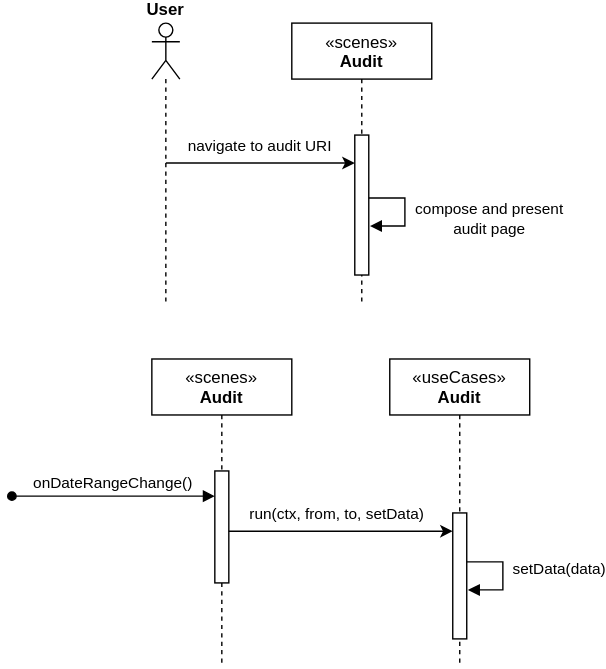
HaniAlshikh/bachelor-thesis keeps this draw.io diagram as src/template_thesis/diagrams/audit_browser/audit_browser_uc03_sequence_diagram.drawio.svg. Above is the earlier version. Source tidied: cells renumbered, new cells last; positions are measured from the earlier drawing's top-left corner, leaving out a move shared by most shapes.
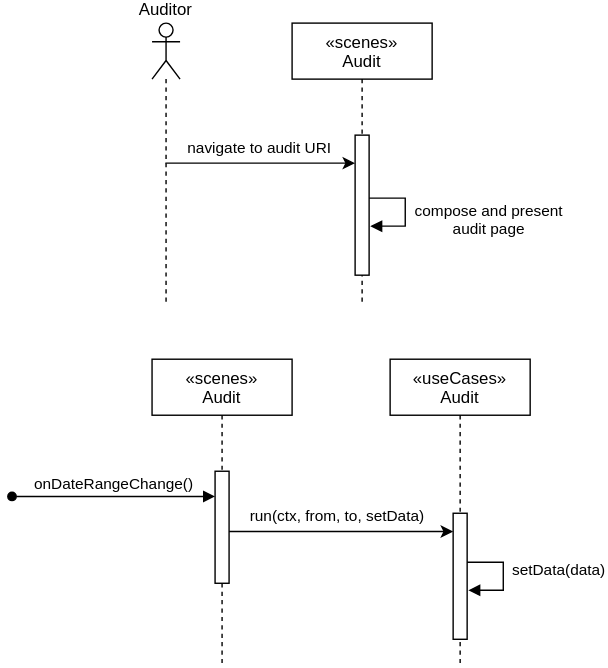
Above is the later version.

Change to the diagram source:
```diff
@@ -2,7 +2,7 @@
   <root>
     <mxCell id="0" />
     <mxCell id="1" parent="0" />
-    <mxCell id="2" value="setData(data)" style="edgeStyle=orthogonalEdgeStyle;html=1;align=center;spacingLeft=2;endArrow=block;rounded=0;entryX=1;entryY=0;strokeWidth=1;" parent="1" edge="1">
+    <mxCell id="2" value="setData(data)" style="edgeStyle=orthogonalEdgeStyle;align=center;spacingLeft=2;endArrow=block;rounded=0;entryX=1;entryY=0;strokeWidth=1;" parent="1" edge="1">
       <mxGeometry x="-0.07" y="39" relative="1" as="geometry">
         <mxPoint x="320.8" y="385" as="sourcePoint" />
         <mxPoint x="325.8" y="405" as="targetPoint" />
@@ -11,20 +11,20 @@
         </Array>
       </mxGeometry>
     </mxCell>
-    <mxCell id="3" value="&lt;span&gt;«scenes»&lt;br&gt;&lt;b&gt;Audit&lt;/b&gt;&lt;br&gt;&lt;/span&gt;" style="shape=umlLifeline;perimeter=lifelinePerimeter;whiteSpace=wrap;html=1;strokeWidth=1;verticalAlign=top;" parent="1" vertex="1">
+    <mxCell id="3" value="«scenes»&#10;Audit&#10;" style="shape=umlLifeline;perimeter=lifelinePerimeter;strokeWidth=1;verticalAlign=top;" parent="1" vertex="1">
       <mxGeometry x="200" width="100" height="200" as="geometry" />
     </mxCell>
-    <mxCell id="4" style="edgeStyle=none;html=1;" parent="1" edge="1" source="7">
+    <mxCell id="4" style="edgeStyle=none;" parent="1" edge="1" source="7">
       <mxGeometry relative="1" as="geometry">
         <mxPoint x="245" y="100" as="targetPoint" />
       </mxGeometry>
     </mxCell>
-    <mxCell id="5" value="navigate to audit URI" style="edgeLabel;html=1;align=center;verticalAlign=middle;" parent="4" vertex="1">
+    <mxCell id="5" value="navigate to audit URI" style="edgeLabel;align=center;verticalAlign=middle;" parent="4" vertex="1">
       <mxGeometry x="-0.1" y="-3" relative="1" as="geometry">
         <mxPoint x="6" y="-15" as="offset" />
       </mxGeometry>
     </mxCell>
-    <mxCell id="6" value="&lt;span style=&quot;&quot;&gt;compose and present&lt;/span&gt;&lt;br style=&quot;border-color: var(--border-color);&quot;&gt;&lt;span style=&quot;&quot;&gt;audit page&lt;/span&gt;" style="edgeStyle=orthogonalEdgeStyle;html=1;align=center;spacingLeft=2;endArrow=block;rounded=0;entryX=1;entryY=0;strokeWidth=1;" parent="1" edge="1">
+    <mxCell id="6" value="compose and present&#10;audit page" style="edgeStyle=orthogonalEdgeStyle;align=center;spacingLeft=2;endArrow=block;rounded=0;entryX=1;entryY=0;strokeWidth=1;" parent="1" edge="1">
       <mxGeometry x="0.2" y="59" relative="1" as="geometry">
         <mxPoint x="250.8" y="125" as="sourcePoint" />
         <mxPoint x="255.8" y="145" as="targetPoint" />
@@ -33,33 +33,33 @@
         </Array>
       </mxGeometry>
     </mxCell>
-    <mxCell id="7" value="&lt;b&gt;User&lt;/b&gt;" style="shape=umlLifeline;participant=umlActor;perimeter=lifelinePerimeter;whiteSpace=wrap;html=1;verticalAlign=bottom;spacingTop=36;outlineConnect=0;strokeWidth=1;labelPosition=center;verticalLabelPosition=top;align=center;" parent="1" vertex="1">
+    <mxCell id="7" value="Auditor" style="shape=umlLifeline;participant=umlActor;perimeter=lifelinePerimeter;verticalAlign=bottom;spacingTop=36;outlineConnect=0;strokeWidth=1;labelPosition=center;verticalLabelPosition=top;align=center;" parent="1" vertex="1">
       <mxGeometry x="100" width="20" height="200" as="geometry" />
     </mxCell>
-    <mxCell id="8" style="html=1;perimeter=orthogonalPerimeter;strokeWidth=1;verticalAlign=top;" parent="1" vertex="1">
+    <mxCell id="8" style="perimeter=orthogonalPerimeter;strokeWidth=1;verticalAlign=top;" parent="1" vertex="1">
       <mxGeometry x="245" y="80" width="10" height="100" as="geometry" />
     </mxCell>
-    <mxCell id="9" value="&lt;span&gt;«scenes»&lt;br&gt;&lt;b&gt;Audit&lt;/b&gt;&lt;br&gt;&lt;/span&gt;" style="shape=umlLifeline;perimeter=lifelinePerimeter;whiteSpace=wrap;html=1;strokeWidth=1;verticalAlign=top;" parent="1" vertex="1">
+    <mxCell id="9" value="«scenes»&#10;Audit&#10;" style="shape=umlLifeline;perimeter=lifelinePerimeter;strokeWidth=1;verticalAlign=top;" parent="1" vertex="1">
       <mxGeometry x="100" y="240" width="100" height="220" as="geometry" />
     </mxCell>
-    <mxCell id="10" style="html=1;points=[];perimeter=orthogonalPerimeter;strokeWidth=1;verticalAlign=top;" parent="9" vertex="1">
+    <mxCell id="10" style="points=[];perimeter=orthogonalPerimeter;strokeWidth=1;verticalAlign=top;" parent="9" vertex="1">
       <mxGeometry x="45" y="80" width="10" height="80" as="geometry" />
     </mxCell>
-    <mxCell id="11" value="onDateRangeChange()" style="html=1;verticalAlign=bottom;endArrow=block;strokeWidth=1;startArrow=oval;startFill=1;" parent="1" edge="1" target="10">
+    <mxCell id="11" value="onDateRangeChange()" style="verticalAlign=bottom;endArrow=block;strokeWidth=1;startArrow=oval;startFill=1;" parent="1" edge="1" target="10">
       <mxGeometry relative="1" as="geometry">
         <mxPoint y="338" as="sourcePoint" />
       </mxGeometry>
     </mxCell>
-    <mxCell id="12" value="&lt;span&gt;«useCases»&lt;br&gt;&lt;b&gt;Audit&lt;/b&gt;&lt;br&gt;&lt;/span&gt;" style="shape=umlLifeline;perimeter=lifelinePerimeter;whiteSpace=wrap;html=1;strokeWidth=1;verticalAlign=top;" parent="1" vertex="1">
+    <mxCell id="12" value="«useCases»&#10;Audit&#10;" style="shape=umlLifeline;perimeter=lifelinePerimeter;strokeWidth=1;verticalAlign=top;" parent="1" vertex="1">
       <mxGeometry x="270" y="240" width="100" height="220" as="geometry" />
     </mxCell>
-    <mxCell id="13" style="html=1;points=[];perimeter=orthogonalPerimeter;strokeWidth=1;verticalAlign=top;" parent="12" vertex="1">
+    <mxCell id="13" style="points=[];perimeter=orthogonalPerimeter;strokeWidth=1;verticalAlign=top;" parent="12" vertex="1">
       <mxGeometry x="45" y="110" width="10" height="90" as="geometry" />
     </mxCell>
-    <mxCell id="14" style="edgeStyle=none;html=1;entryX=0;entryY=0.145;entryDx=0;entryDy=0;entryPerimeter=0;" parent="1" edge="1" source="10" target="13">
+    <mxCell id="14" style="edgeStyle=none;entryX=0;entryY=0.145;entryDx=0;entryDy=0;entryPerimeter=0;" parent="1" edge="1" source="10" target="13">
       <mxGeometry relative="1" as="geometry" />
     </mxCell>
-    <mxCell id="15" value="run(ctx, from, to, setData)" style="edgeLabel;html=1;align=center;verticalAlign=middle;" parent="14" vertex="1">
+    <mxCell id="15" value="run(ctx, from, to, setData)" style="edgeLabel;align=center;verticalAlign=middle;" parent="14" vertex="1">
       <mxGeometry x="0.3" y="-1" relative="1" as="geometry">
         <mxPoint x="-27" y="-13" as="offset" />
       </mxGeometry>
```
